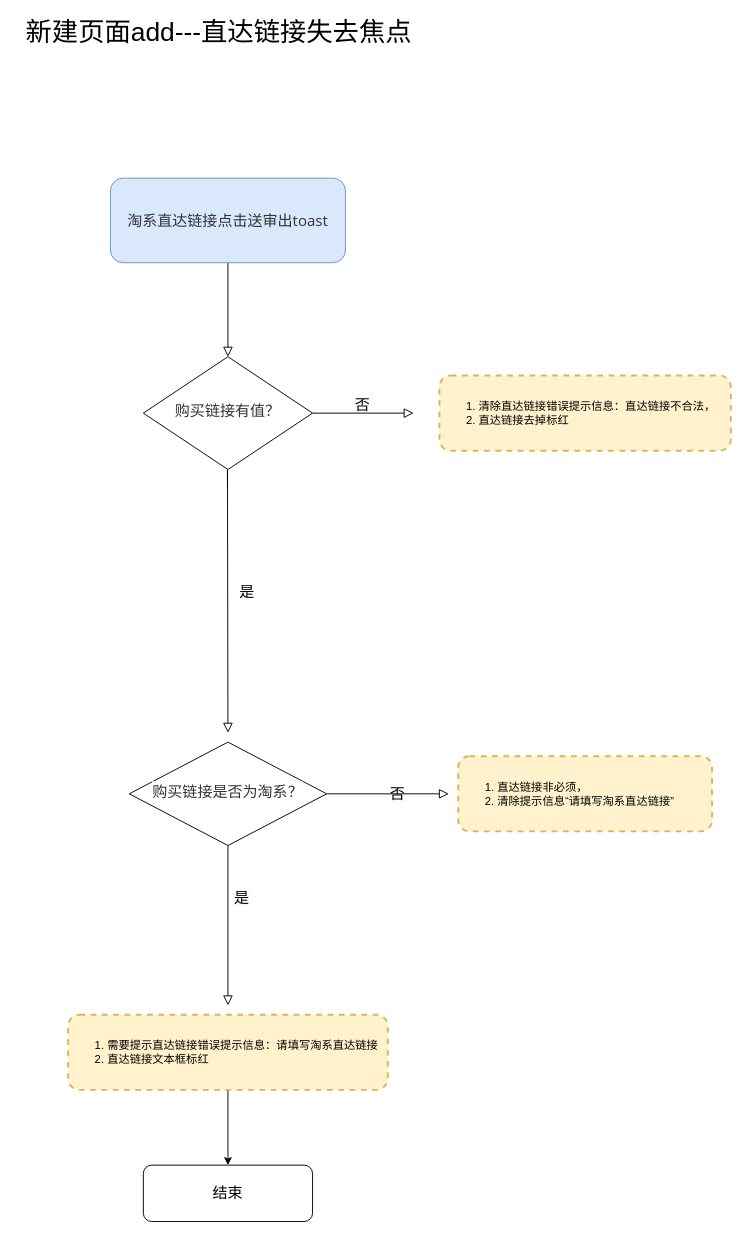
AnneLau/-algorithm_bubble keeps this draw.io diagram as Untitled Diagram.drawio. Above is the earlier version. Source tidied: cells renumbered, new cells numbered last; positions are measured from the earlier drawing's top-left corner, leaving out a move shared by most shapes. Both pictures are drawn from the tidied source at 94%, with x=0, y=0 at pixel (16, 18).
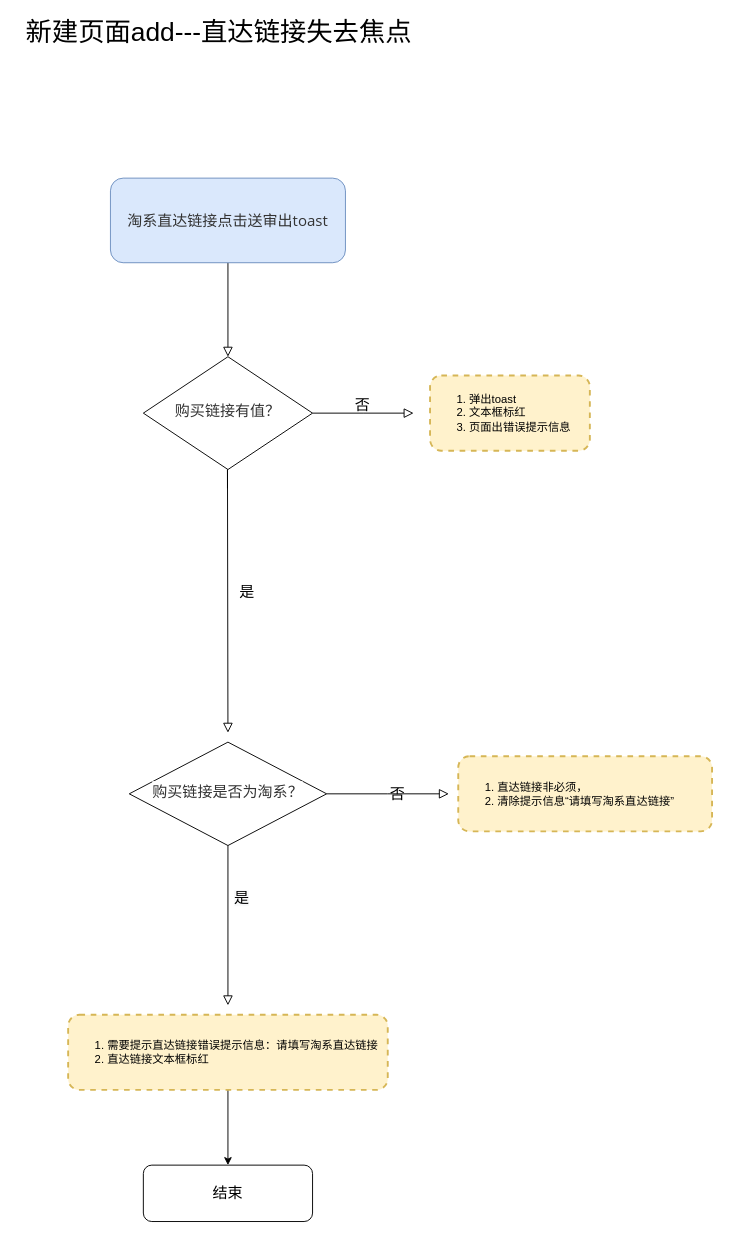
The same diagram, later.

The edit, as a diff of the source:
```diff
@@
-    <mxCell id="13" value="&lt;blockquote style=&quot;margin: 0 0 0 40px ; border: none ; padding: 0px&quot;&gt;&lt;/blockquote&gt;&lt;blockquote style=&quot;margin: 0 0 0 40px ; border: none ; padding: 0px&quot;&gt;&lt;/blockquote&gt;&lt;blockquote style=&quot;margin: 0 0 0 40px ; border: none ; padding: 0px&quot;&gt;&lt;/blockquote&gt;&lt;div&gt;&lt;ol&gt;&lt;li&gt;清除直达链接错误提示信息：直达链接不合法，&lt;/li&gt;&lt;li&gt;直达链接去掉标红&lt;/li&gt;&lt;/ol&gt;&lt;/div&gt;&lt;blockquote style=&quot;margin: 0 0 0 40px ; border: none ; padding: 0px&quot;&gt;&lt;/blockquote&gt;&lt;blockquote style=&quot;margin: 0 0 0 40px ; border: none ; padding: 0px&quot;&gt;&lt;/blockquote&gt;&lt;blockquote style=&quot;margin: 0 0 0 40px ; border: none ; padding: 0px&quot;&gt;&lt;/blockquote&gt;" style="rounded=1;whiteSpace=wrap;html=1;fontSize=12;glass=0;strokeWidth=2;shadow=0;align=left;fillColor=#fff2cc;strokeColor=#d6b656;dashed=1;" parent="1" vertex="1">
-      <mxGeometry x="450" y="380" width="310" height="80" as="geometry" />
+    <mxCell id="13" value="&lt;blockquote style=&quot;margin: 0 0 0 40px ; border: none ; padding: 0px&quot;&gt;&lt;/blockquote&gt;&lt;blockquote style=&quot;margin: 0 0 0 40px ; border: none ; padding: 0px&quot;&gt;&lt;/blockquote&gt;&lt;blockquote style=&quot;margin: 0 0 0 40px ; border: none ; padding: 0px&quot;&gt;&lt;/blockquote&gt;&lt;div&gt;&lt;div&gt;&lt;ol&gt;&lt;li&gt;弹出toast&lt;/li&gt;&lt;li&gt;&lt;span&gt;文本框标红&lt;/span&gt;&lt;/li&gt;&lt;li&gt;&lt;span&gt;页面出错误提示信息&lt;/span&gt;&lt;/li&gt;&lt;/ol&gt;&lt;/div&gt;&lt;/div&gt;&lt;blockquote style=&quot;margin: 0 0 0 40px ; border: none ; padding: 0px&quot;&gt;&lt;/blockquote&gt;&lt;blockquote style=&quot;margin: 0 0 0 40px ; border: none ; padding: 0px&quot;&gt;&lt;/blockquote&gt;&lt;blockquote style=&quot;margin: 0 0 0 40px ; border: none ; padding: 0px&quot;&gt;&lt;/blockquote&gt;" style="rounded=1;whiteSpace=wrap;html=1;fontSize=12;glass=0;strokeWidth=2;shadow=0;align=left;fillColor=#fff2cc;strokeColor=#d6b656;dashed=1;" parent="1" vertex="1">
+      <mxGeometry x="440" y="380" width="170" height="80" as="geometry" />
     </mxCell>
```
